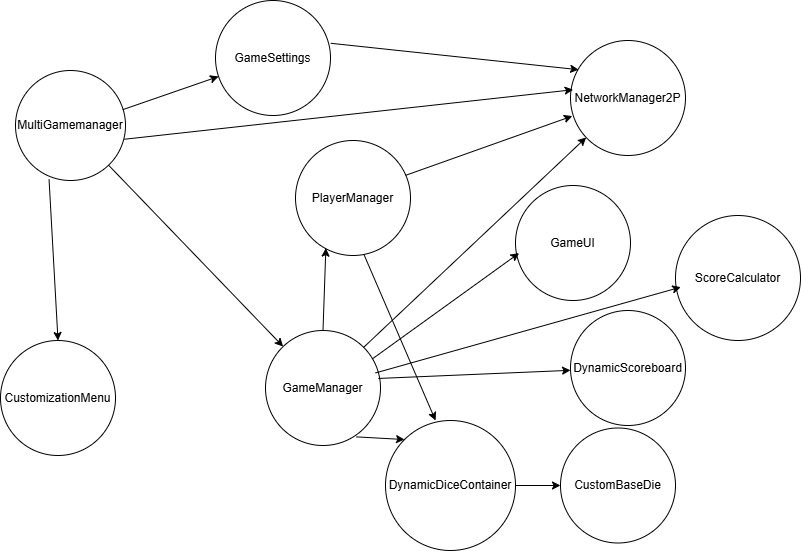
John-Popovici/duel-of-the-eights keeps this draw.io diagram as docs/Design/SoftArchitecture/figures/UsesHierarchy.png. Above is the earlier version. Source tidied: cells renumbered, new cells last; positions are measured from the earlier drawing's top-left corner, leaving out a move shared by most shapes.
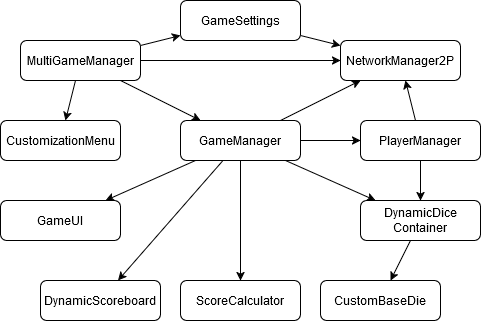
After the commit.

Commit message:
:scroll: Updated uses hierarchy figure

What changed in the source:
```diff
@@ -2,80 +2,80 @@
   <root>
     <mxCell id="0" />
     <mxCell id="1" parent="0" />
-    <mxCell id="2" value="MultiGamemanager" style="ellipse;whiteSpace=wrap;html=1;" parent="1" vertex="1">
-      <mxGeometry x="15" y="70" width="110" height="110" as="geometry" />
-    </mxCell>
+    <mxCell id="27" style="rounded=0;jettySize=auto;html=1;" parent="1" edge="1" source="31" target="38">
+      <mxGeometry relative="1" as="geometry" />
+    </mxCell>
+    <mxCell id="28" style="rounded=0;jettySize=auto;html=1;" parent="1" edge="1" source="31" target="8">
+      <mxGeometry relative="1" as="geometry" />
+    </mxCell>
+    <mxCell id="29" style="rounded=0;jettySize=auto;html=1;" parent="1" edge="1" source="31" target="6">
+      <mxGeometry relative="1" as="geometry" />
+    </mxCell>
+    <mxCell id="30" style="rounded=0;jettySize=auto;html=1;" parent="1" edge="1" source="31" target="9">
+      <mxGeometry relative="1" as="geometry" />
+    </mxCell>
+    <mxCell id="31" value="MultiGameManager" style="rounded=1;whiteSpace=wrap;html=1;strokeWidth=1;shadow=0;textShadow=0;comic=0;backgroundOutline=0;fixDash=0;snapToPoint=0;" parent="1" vertex="1">
+      <mxGeometry x="25" y="60" width="120" height="40" as="geometry" />
+    </mxCell>
+    <mxCell id="9" value="CustomizationMenu" style="rounded=1;whiteSpace=wrap;html=1;strokeWidth=1;shadow=0;textShadow=0;comic=0;backgroundOutline=0;fixDash=0;snapToPoint=0;" parent="1" vertex="1">
+      <mxGeometry x="5" y="140" width="120" height="40" as="geometry" />
+    </mxCell>
+    <mxCell id="32" style="rounded=0;jettySize=auto;html=1;" parent="1" edge="1" source="38" target="13">
+      <mxGeometry relative="1" as="geometry" />
+    </mxCell>
+    <mxCell id="33" style="rounded=0;jettySize=auto;html=1;" parent="1" edge="1" source="38" target="7">
+      <mxGeometry relative="1" as="geometry" />
+    </mxCell>
+    <mxCell id="34" style="rounded=0;jettySize=auto;html=1;" parent="1" edge="1" source="38" target="10">
+      <mxGeometry relative="1" as="geometry" />
+    </mxCell>
+    <mxCell id="35" style="rounded=0;jettySize=auto;html=1;" parent="1" edge="1" source="38" target="41">
+      <mxGeometry relative="1" as="geometry" />
+    </mxCell>
+    <mxCell id="36" style="rounded=0;jettySize=auto;html=1;" parent="1" edge="1" source="38" target="3">
+      <mxGeometry relative="1" as="geometry" />
+    </mxCell>
+    <mxCell id="37" style="rounded=0;jettySize=auto;html=1;" parent="1" edge="1" source="38" target="8">
+      <mxGeometry relative="1" as="geometry" />
+    </mxCell>
+    <mxCell id="38" value="GameManager" style="rounded=1;whiteSpace=wrap;html=1;strokeWidth=1;shadow=0;textShadow=0;comic=0;backgroundOutline=0;fixDash=0;snapToPoint=0;" parent="1" vertex="1">
+      <mxGeometry x="185" y="140" width="120" height="40" as="geometry" />
+    </mxCell>
+    <mxCell id="24" style="rounded=0;jettySize=auto;html=1;" parent="1" edge="1" source="6" target="8">
+      <mxGeometry relative="1" as="geometry" />
+    </mxCell>
+    <mxCell id="6" value="GameSettings" style="rounded=1;whiteSpace=wrap;html=1;strokeWidth=1;shadow=0;textShadow=0;comic=0;backgroundOutline=0;fixDash=0;snapToPoint=0;" parent="1" vertex="1">
+      <mxGeometry x="185" y="20" width="120" height="40" as="geometry" />
+    </mxCell>
+    <mxCell id="8" value="NetworkManager2P" style="rounded=1;whiteSpace=wrap;html=1;strokeWidth=1;shadow=0;textShadow=0;comic=0;backgroundOutline=0;fixDash=0;snapToPoint=0;" parent="1" vertex="1">
+      <mxGeometry x="345" y="60" width="120" height="40" as="geometry" />
+    </mxCell>
+    <mxCell id="39" style="rounded=0;jettySize=auto;html=1;" parent="1" edge="1" source="3" target="41">
+      <mxGeometry relative="1" as="geometry" />
+    </mxCell>
+    <mxCell id="22" style="rounded=0;jettySize=auto;html=1;" parent="1" edge="1" source="3" target="8">
+      <mxGeometry relative="1" as="geometry" />
+    </mxCell>
-    <mxCell id="3" value="PlayerManager" style="ellipse;whiteSpace=wrap;html=1;" parent="1" vertex="1">
-      <mxGeometry x="295" y="140" width="115" height="115" as="geometry" />
+    <mxCell id="3" value="PlayerManager" style="rounded=1;whiteSpace=wrap;html=1;strokeWidth=1;shadow=0;textShadow=0;comic=0;backgroundOutline=0;fixDash=0;snapToPoint=0;" parent="1" vertex="1">
+      <mxGeometry x="365" y="140" width="120" height="40" as="geometry" />
     </mxCell>
-    <mxCell id="4" style="endArrow=classic;html=1;rounded=0;" parent="1" edge="1" source="2" target="5">
-      <mxGeometry relative="1" as="geometry" />
-    </mxCell>
-    <mxCell id="5" value="GameManager&lt;span style=&quot;color: rgba(0, 0, 0, 0); font-family: monospace; font-size: 0px; text-align: start; text-wrap-mode: nowrap;&quot;&gt;%3CmxGraphModel%3E%3Croot%3E%3CmxCell%20id%3D%220%22%2F%3E%3CmxCell%20id%3D%221%22%20parent%3D%220%22%2F%3E%3CmxCell%20id%3D%222%22%20value%3D%22PlayerManager%22%20style%3D%22ellipse%3BwhiteSpace%3Dwrap%3Bhtml%3D1%3Baspect%3Dfixed%3B%22%20vertex%3D%221%22%20parent%3D%221%22%3E%3CmxGeometry%20x%3D%22240%22%20y%3D%22115%22%20width%3D%22115%22%20height%3D%22115%22%20as%3D%22geometry%22%2F%3E%3C%2FmxCell%3E%3C%2Froot%3E%3C%2FmxGraphModel%3E&lt;/span&gt;" style="ellipse;whiteSpace=wrap;html=1;" parent="1" vertex="1">
-      <mxGeometry x="265" y="330" width="115" height="115" as="geometry" />
-    </mxCell>
-    <mxCell id="6" value="GameSettings" style="ellipse;whiteSpace=wrap;html=1;" parent="1" vertex="1">
-      <mxGeometry x="215" width="115" height="115" as="geometry" />
-    </mxCell>
+    <mxCell id="40" style="rounded=0;jettySize=auto;html=1;" parent="1" edge="1" source="41" target="11">
+      <mxGeometry relative="1" as="geometry" />
+    </mxCell>
+    <mxCell id="41" value="&lt;div&gt;DynamicDice&lt;/div&gt;&lt;div&gt;Container&lt;br&gt;&lt;/div&gt;" style="rounded=1;whiteSpace=wrap;html=1;strokeWidth=1;shadow=0;textShadow=0;comic=0;backgroundOutline=0;fixDash=0;snapToPoint=0;" parent="1" vertex="1">
+      <mxGeometry x="365" y="220" width="120" height="40" as="geometry" />
+    </mxCell>
-    <mxCell id="7" value="GameUI" style="ellipse;whiteSpace=wrap;html=1;" parent="1" vertex="1">
-      <mxGeometry x="515" y="185" width="115" height="115" as="geometry" />
+    <mxCell id="7" value="GameUI" style="rounded=1;whiteSpace=wrap;html=1;strokeWidth=1;shadow=0;textShadow=0;comic=0;backgroundOutline=0;fixDash=0;snapToPoint=0;" parent="1" vertex="1">
+      <mxGeometry x="5" y="220" width="120" height="40" as="geometry" />
     </mxCell>
-    <mxCell id="8" value="NetworkManager2P" style="ellipse;whiteSpace=wrap;html=1;" parent="1" vertex="1">
-      <mxGeometry x="570" y="40" width="115" height="115" as="geometry" />
-    </mxCell>
-    <mxCell id="9" value="CustomizationMenu" style="ellipse;whiteSpace=wrap;html=1;" parent="1" vertex="1">
-      <mxGeometry y="340" width="115" height="115" as="geometry" />
-    </mxCell>
-    <mxCell id="10" value="DynamicScoreboard" style="ellipse;whiteSpace=wrap;html=1;" parent="1" vertex="1">
-      <mxGeometry x="570" y="310" width="115" height="115" as="geometry" />
+    <mxCell id="10" value="DynamicScoreboard" style="rounded=1;whiteSpace=wrap;html=1;strokeWidth=1;shadow=0;textShadow=0;comic=0;backgroundOutline=0;fixDash=0;snapToPoint=0;" parent="1" vertex="1">
+      <mxGeometry x="45" y="300" width="120" height="40" as="geometry" />
     </mxCell>
+    <mxCell id="13" value="ScoreCalculator" style="rounded=1;whiteSpace=wrap;html=1;strokeWidth=1;shadow=0;textShadow=0;comic=0;backgroundOutline=0;fixDash=0;snapToPoint=0;" parent="1" vertex="1">
+      <mxGeometry x="185" y="300" width="120" height="40" as="geometry" />
+    </mxCell>
-    <mxCell id="11" value="CustomBaseDie" style="ellipse;whiteSpace=wrap;html=1;" parent="1" vertex="1">
-      <mxGeometry x="560" y="427.5" width="115" height="115" as="geometry" />
+    <mxCell id="11" value="&lt;div&gt;CustomBaseDie&lt;/div&gt;" style="rounded=1;whiteSpace=wrap;html=1;strokeWidth=1;shadow=0;textShadow=0;comic=0;backgroundOutline=0;fixDash=0;snapToPoint=0;" parent="1" vertex="1">
+      <mxGeometry x="325" y="300" width="120" height="40" as="geometry" />
     </mxCell>
-    <mxCell id="12" value="DynamicDiceContainer" style="ellipse;whiteSpace=wrap;html=1;" parent="1" vertex="1">
-      <mxGeometry x="385" y="420" width="130" height="130" as="geometry" />
-    </mxCell>
-    <mxCell id="13" value="ScoreCalculator" style="ellipse;whiteSpace=wrap;html=1;" parent="1" vertex="1">
-      <mxGeometry x="675" y="215" width="125" height="125" as="geometry" />
-    </mxCell>
-    <mxCell id="14" style="endArrow=classic;html=1;rounded=0;entryX=0.031;entryY=0.588;entryDx=0;entryDy=0;entryPerimeter=0;exitX=0.929;exitY=0.247;exitDx=0;exitDy=0;exitPerimeter=0;" parent="1" edge="1" source="5" target="7">
-      <mxGeometry relative="1" as="geometry" />
-    </mxCell>
-    <mxCell id="15" style="endArrow=classic;html=1;rounded=0;exitX=0.975;exitY=0.356;exitDx=0;exitDy=0;exitPerimeter=0;" parent="1" edge="1" source="2" target="6">
-      <mxGeometry relative="1" as="geometry" />
-    </mxCell>
-    <mxCell id="16" style="endArrow=classic;html=1;rounded=0;exitX=0.305;exitY=0.989;exitDx=0;exitDy=0;exitPerimeter=0;entryX=0.5;entryY=0;entryDx=0;entryDy=0;" parent="1" edge="1" source="2" target="9">
-      <mxGeometry relative="1" as="geometry" />
-    </mxCell>
-    <mxCell id="17" style="endArrow=classic;html=1;rounded=0;exitX=0.989;exitY=0.625;exitDx=0;exitDy=0;exitPerimeter=0;entryX=0.023;entryY=0.428;entryDx=0;entryDy=0;entryPerimeter=0;" parent="1" edge="1" source="2" target="8">
-      <mxGeometry relative="1" as="geometry" />
-    </mxCell>
-    <mxCell id="18" style="endArrow=classic;html=1;rounded=0;exitX=0.79;exitY=0.925;exitDx=0;exitDy=0;entryX=0;entryY=0;entryDx=0;entryDy=0;exitPerimeter=0;" parent="1" edge="1" source="5" target="12">
-      <mxGeometry relative="1" as="geometry" />
-    </mxCell>
-    <mxCell id="19" style="endArrow=classic;html=1;rounded=0;exitX=1;exitY=0.5;exitDx=0;exitDy=0;entryX=0;entryY=0.5;entryDx=0;entryDy=0;" parent="1" edge="1" source="12" target="11">
-      <mxGeometry relative="1" as="geometry" />
-    </mxCell>
-    <mxCell id="20" style="endArrow=classic;html=1;rounded=0;exitX=0.981;exitY=0.417;exitDx=0;exitDy=0;exitPerimeter=0;" parent="1" edge="1" source="5" target="10">
-      <mxGeometry relative="1" as="geometry" />
-    </mxCell>
-    <mxCell id="21" style="endArrow=classic;html=1;rounded=0;exitX=0.5;exitY=0;exitDx=0;exitDy=0;entryX=0.264;entryY=0.936;entryDx=0;entryDy=0;entryPerimeter=0;" parent="1" edge="1" source="5" target="3">
-      <mxGeometry relative="1" as="geometry" />
-    </mxCell>
-    <mxCell id="22" style="endArrow=classic;html=1;rounded=0;entryX=0.016;entryY=0.657;entryDx=0;entryDy=0;entryPerimeter=0;exitX=0.957;exitY=0.303;exitDx=0;exitDy=0;exitPerimeter=0;" parent="1" edge="1" source="3" target="8">
-      <mxGeometry relative="1" as="geometry" />
-    </mxCell>
-    <mxCell id="23" style="endArrow=classic;html=1;rounded=0;entryX=0.042;entryY=0.573;entryDx=0;entryDy=0;entryPerimeter=0;exitX=0.957;exitY=0.369;exitDx=0;exitDy=0;exitPerimeter=0;" parent="1" edge="1" source="5" target="13">
-      <mxGeometry relative="1" as="geometry" />
-    </mxCell>
-    <mxCell id="24" style="endArrow=classic;html=1;rounded=0;exitX=1.002;exitY=0.372;exitDx=0;exitDy=0;entryX=0.071;entryY=0.254;entryDx=0;entryDy=0;entryPerimeter=0;exitPerimeter=0;" parent="1" edge="1" source="6" target="8">
-      <mxGeometry relative="1" as="geometry" />
-    </mxCell>
-    <mxCell id="25" style="endArrow=classic;html=1;rounded=0;exitX=1;exitY=0;exitDx=0;exitDy=0;" parent="1" edge="1" source="5" target="8">
-      <mxGeometry relative="1" as="geometry" />
-    </mxCell>
-    <mxCell id="26" style="endArrow=classic;html=1;rounded=0;exitX=0.595;exitY=0.991;exitDx=0;exitDy=0;exitPerimeter=0;entryX=0.385;entryY=0;entryDx=0;entryDy=0;entryPerimeter=0;" parent="1" edge="1" source="3" target="12">
-      <mxGeometry relative="1" as="geometry" />
-    </mxCell>
   </root>
 </mxGraphModel>
```
